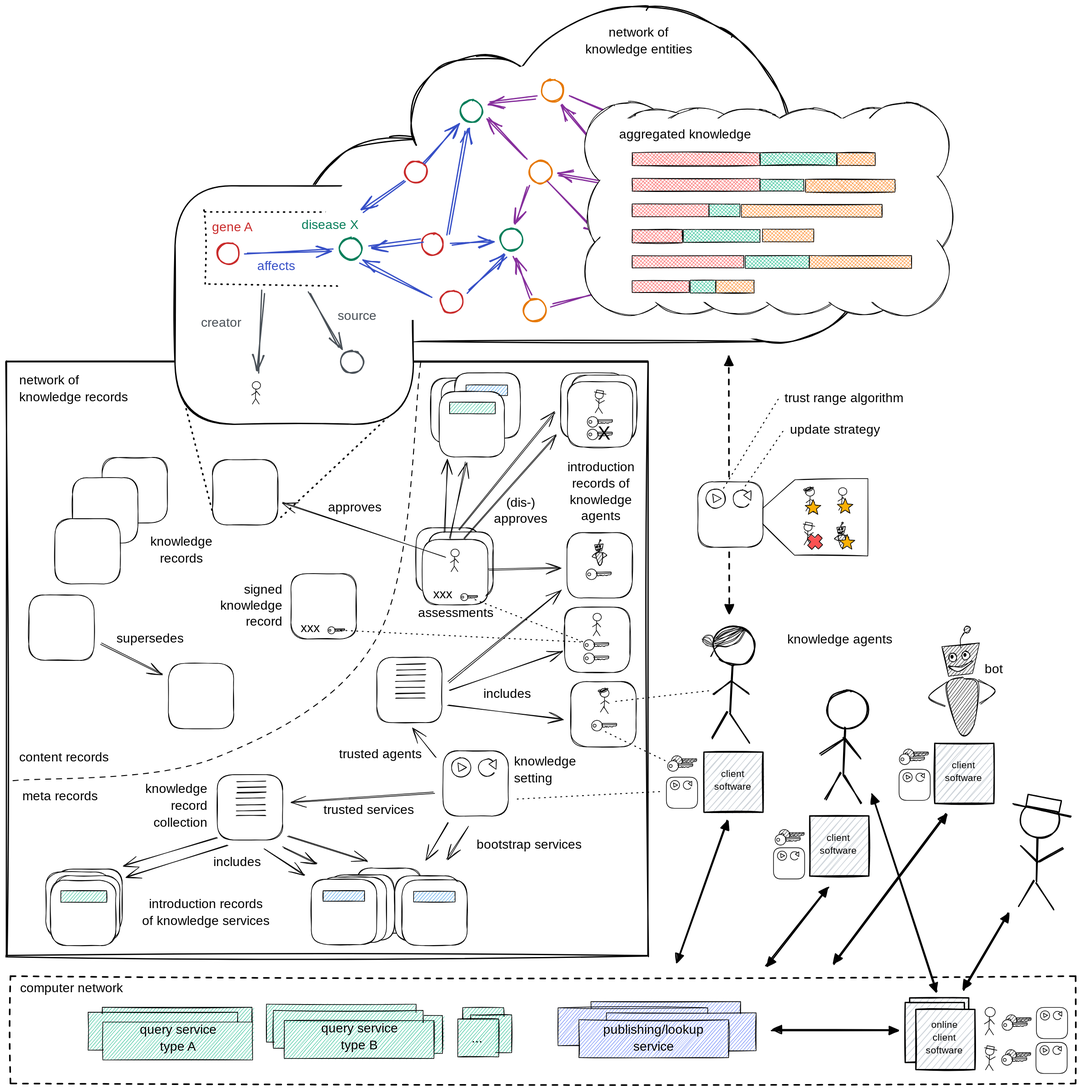
Before: images/full.svg, a diagram exported from Excalidraw (tkuhn/knowledge-space). Source tidied: one line per element, renumbered; positions are measured from the earlier drawing's top-left corner, leaving out a move shared by most shapes.
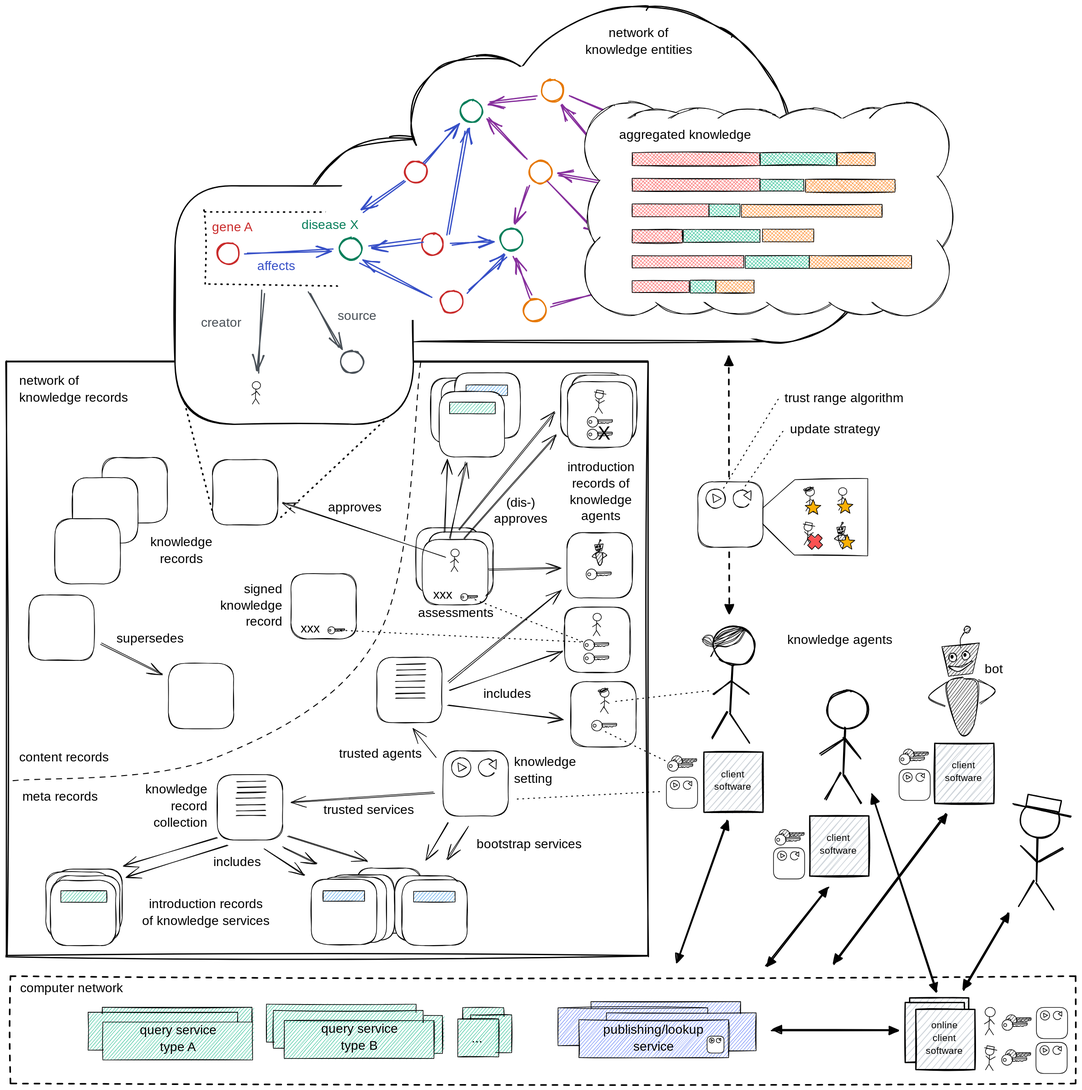
The same file after the commit.

The edit, as a diff of the source:
```diff
@@ -516,3 +516,9 @@
 {"id": 515, "type": "rectangle", "strokeColor": "#000000", "backgroundColor": "#228be6", "fillStyle": "hachure", "strokeWidth": 1, "roughness": 1, "x": 719, "y": 592, "width": 65, "height": 16}
 {"id": 516, "type": "rectangle", "strokeColor": "#000000", "backgroundColor": "#ffffff", "fillStyle": "solid", "strokeWidth": 1, "roughness": 1, "round": true, "x": 677, "y": 602, "width": 102, "height": 102}
 {"id": 517, "type": "rectangle", "strokeColor": "#000000", "backgroundColor": "#12b886", "fillStyle": "hachure", "strokeWidth": 1, "roughness": 1, "x": 693, "y": 618, "width": 72, "height": 18}
+{"id": 518, "type": "rectangle", "strokeColor": "#000000", "backgroundColor": "#ffffff", "fillStyle": "solid", "strokeWidth": 1, "roughness": 0, "round": true, "x": 1095, "y": 1609, "width": 26, "height": 26}
+{"id": 519, "type": "ellipse", "strokeColor": "#000000", "backgroundColor": "#fff", "fillStyle": "solid", "strokeWidth": 1, "roughness": 0, "x": 1099, "y": 1612, "width": 8, "height": 8}
+{"id": 520, "type": "line", "strokeColor": "#000000", "backgroundColor": "#fff", "fillStyle": "solid", "strokeWidth": 1, "roughness": 0, "x": 1101, "y": 1614, "width": 4, "height": 4, "points": [[0, 0], [0, 4], [4, 2], [0, 0]]}
+{"id": 521, "type": "ellipse", "strokeColor": "#000000", "strokeWidth": 1, "roughness": 0, "x": 1110, "y": 1613, "width": 7, "height": 7}
+{"id": 522, "type": "ellipse", "strokeColor": "transparent", "backgroundColor": "#ffffff", "fillStyle": "solid", "strokeWidth": 1, "roughness": 0, "x": 1115, "y": 1614, "width": 4, "height": 4}
+{"id": 523, "type": "line", "strokeColor": "#000000", "angle": 1.11, "backgroundColor": "#fff", "fillStyle": "solid", "strokeWidth": 1, "roughness": 0, "x": 1114, "y": 1613, "width": 4, "height": 4, "points": [[0, 0], [0, 4], [4, 2], [0, 0]]}
```
